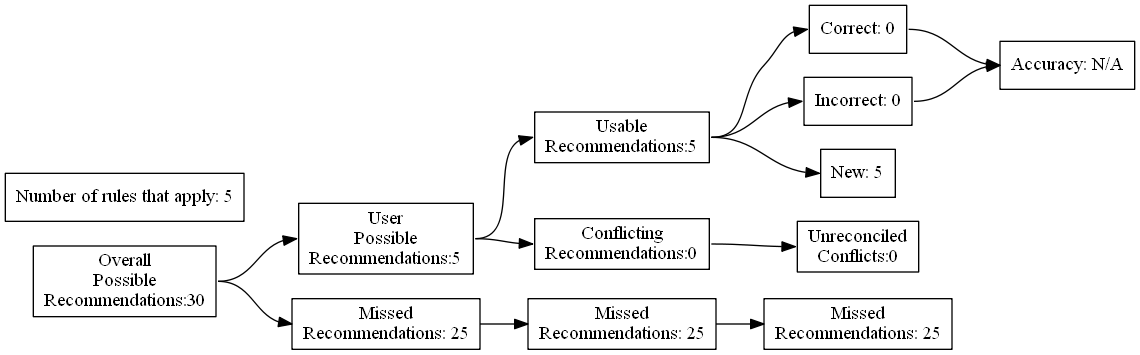
The Graphviz diagram test_renders/3.gv.png in ZaxR/ibd_diet_analysis, before a commit. Its source is kept beside it as test_renders/3.gv. The source it was exported from:
```dot
digraph {
	graph [rankdir=LR]
	node [pos=r shape=box]
	edge [headport=w tailport=e]
		A [label="Overall
Possible
Recommendations:30"]
		B [label="User
Possible
Recommendations:5"]
		C [label="Missed
Recommendations: 25"]
		D [label="Usable
Recommendations:5"]
		E [label="Conflicting
Recommendations:0"]
		J [label="Missed
Recommendations: 25"]
		M [label="Unreconciled
Conflicts:0"]
		F [label="Correct: 0"]
		G [label="Incorrect: 0"]
		H [label="New: 5"]
		K [label="Missed
Recommendations: 25"]
		I [label="Accuracy: N/A"]
		l [label="Number of rules that apply: 5"]
			A -> B
			A -> C
			B -> D
			B -> E
			D -> F
			D -> G
			D -> H
			F -> I
			G -> I
			C -> J
			J -> K
			E -> M
}
```
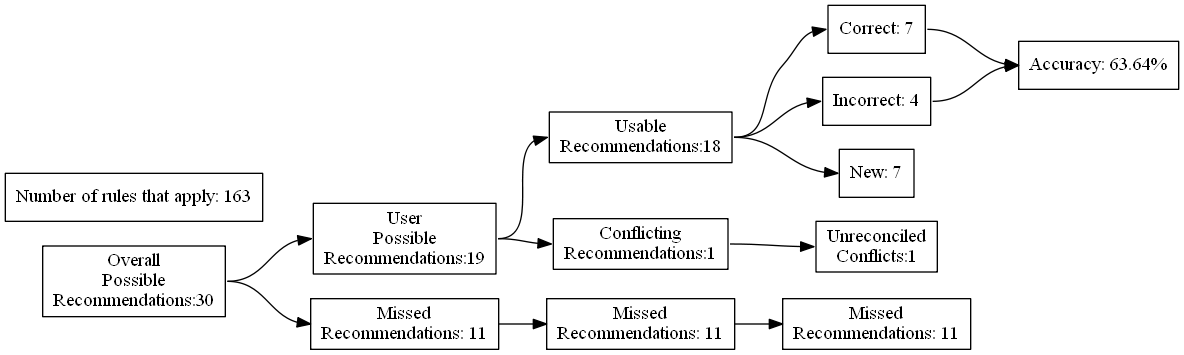
Later version of the same file.

The edit, as a diff of the source:
```diff
@@ -7,24 +7,24 @@
 Recommendations:30"]
 		B [label="User
 Possible
-Recommendations:5"]
+Recommendations:19"]
 		C [label="Missed
-Recommendations: 25"]
+Recommendations: 11"]
 		D [label="Usable
-Recommendations:5"]
+Recommendations:18"]
 		E [label="Conflicting
-Recommendations:0"]
+Recommendations:1"]
 		J [label="Missed
-Recommendations: 25"]
+Recommendations: 11"]
 		M [label="Unreconciled
-Conflicts:0"]
-		F [label="Correct: 0"]
-		G [label="Incorrect: 0"]
-		H [label="New: 5"]
+Conflicts:1"]
+		F [label="Correct: 7"]
+		G [label="Incorrect: 4"]
+		H [label="New: 7"]
 		K [label="Missed
-Recommendations: 25"]
-		I [label="Accuracy: N/A"]
-		l [label="Number of rules that apply: 5"]
+Recommendations: 11"]
+		I [label="Accuracy: 63.64%"]
+		l [label="Number of rules that apply: 163"]
 			A -> B
 			A -> C
 			B -> D
```
